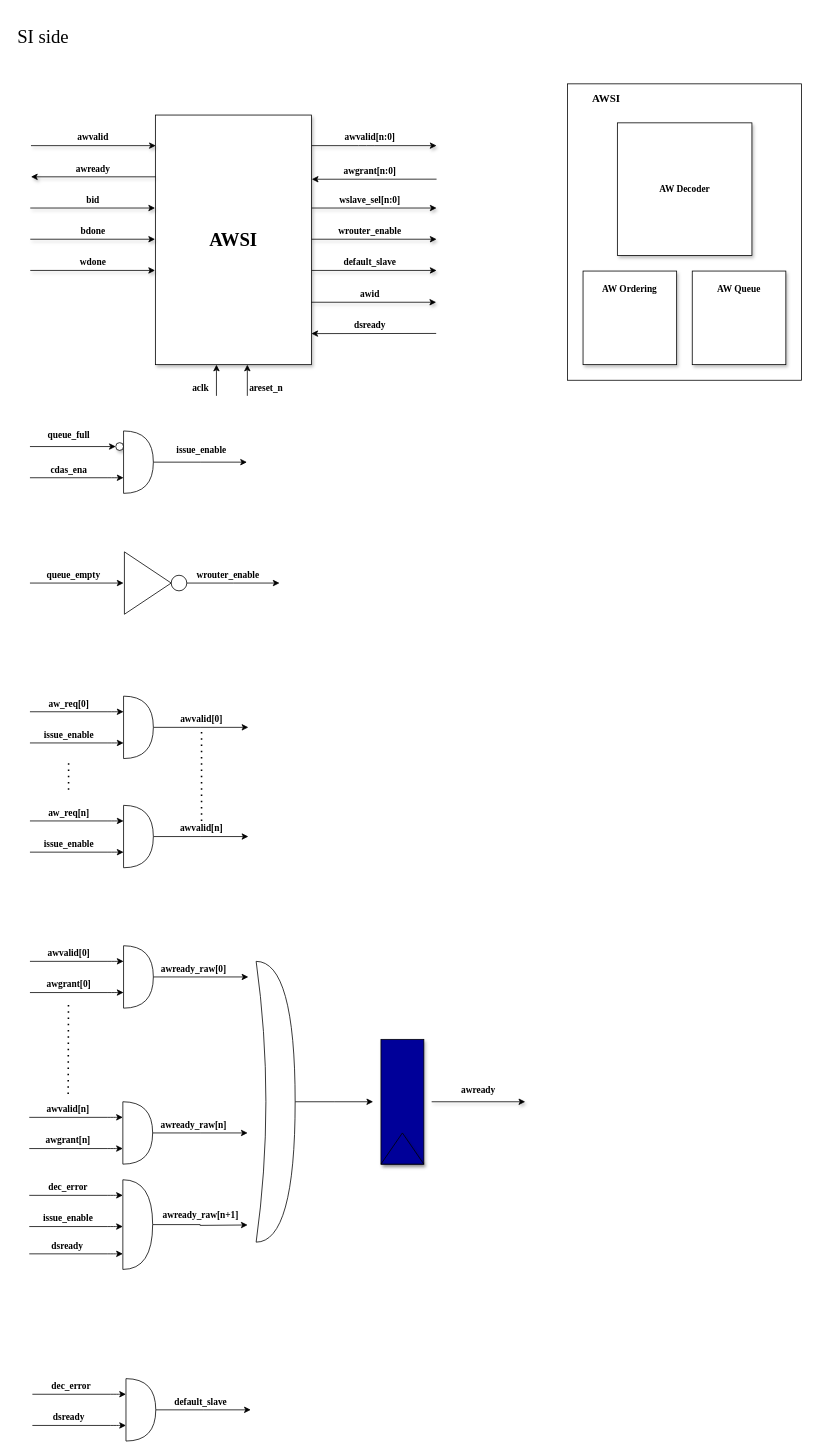
Above: page "AWSI" (4 of 16) of VG_AxiBus/Doc/axi4_ver0.2.drawio in nguyenquanicd/VG_RTL (draw.io), before the change. Source tidied: cells renumbered, new cells numbered last; positions are measured from the earlier drawing's top-left corner, leaving out a move shared by most shapes. Both pictures are drawn from the tidied source at 78%, with x=0, y=0 at pixel (13, 21).
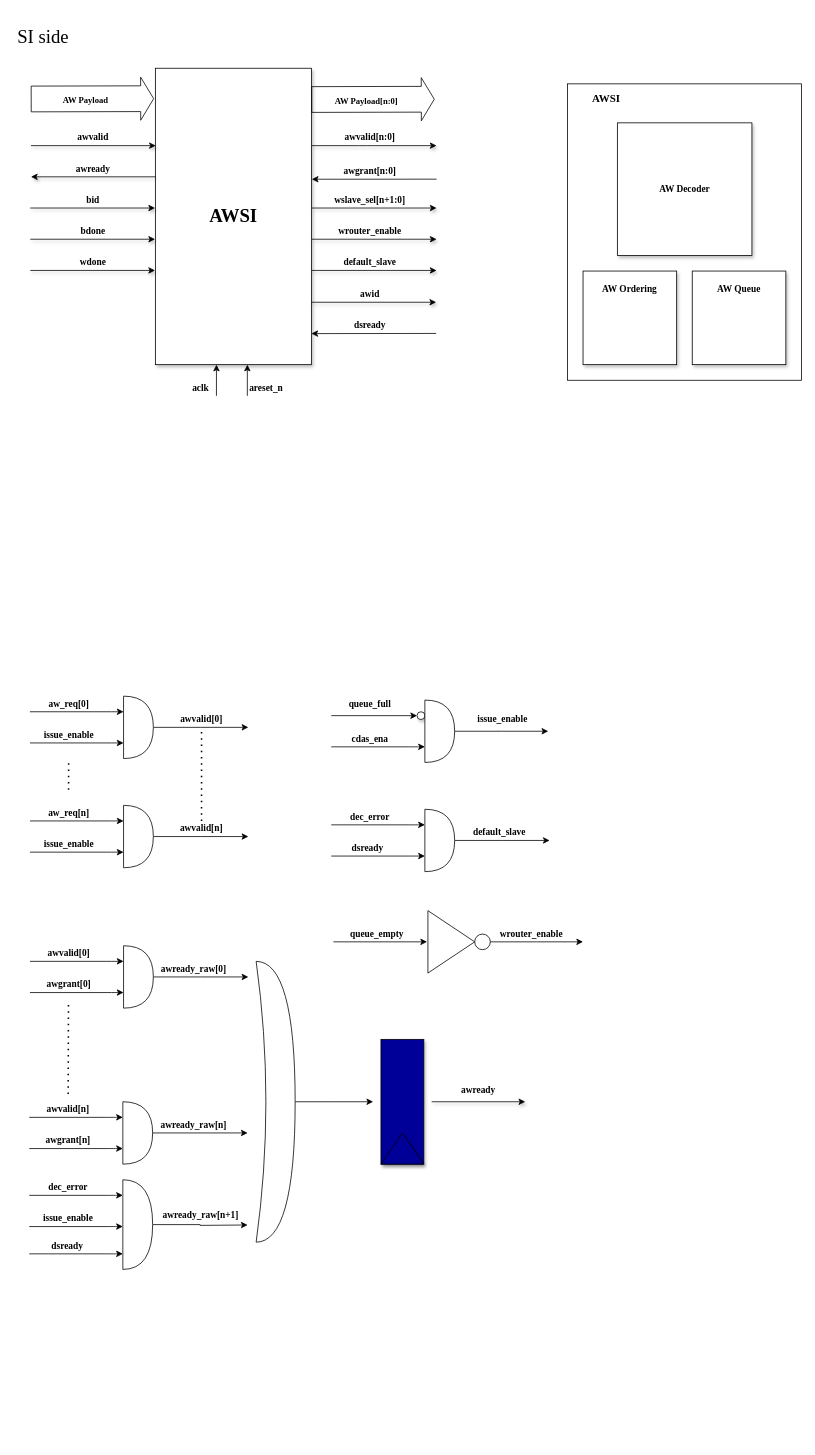
Above is the later version.

Diff of the diagram source:
```diff
@@
     <mxCell id="2" value="&lt;font face=&quot;Times New Roman&quot;&gt;&lt;b&gt;issue_enable&lt;/b&gt;&lt;/font&gt;" style="text;html=1;strokeColor=none;fillColor=none;align=center;verticalAlign=middle;whiteSpace=wrap;rounded=0;shadow=1;" parent="1" vertex="1">
-      <mxGeometry x="220.9" y="540" width="40" height="20" as="geometry" />
+      <mxGeometry x="607.2" y="885" width="40" height="20" as="geometry" />
     </mxCell>
     <mxCell id="3" style="ellipse;whiteSpace=wrap;html=1;shadow=1;" parent="1" vertex="1">
-      <mxGeometry x="130.9" y="540" width="10" height="10" as="geometry" />
+      <mxGeometry x="517.2" y="885" width="10" height="10" as="geometry" />
     </mxCell>
     <mxCell id="4" style="endArrow=classic;html=1;" parent="1" edge="1">
       <mxGeometry relative="1" as="geometry">
-        <mxPoint x="20.9" y="585" as="sourcePoint" />
-        <mxPoint x="140.9" y="585" as="targetPoint" />
+        <mxPoint x="407.2" y="930" as="sourcePoint" />
+        <mxPoint x="527.2" y="930" as="targetPoint" />
         <Array as="points">
-          <mxPoint x="130.9" y="585" />
+          <mxPoint x="517.2" y="930" />
         </Array>
       </mxGeometry>
     </mxCell>
     <mxCell id="5" value="&lt;font face=&quot;Times New Roman&quot;&gt;&lt;b&gt;queue_full&lt;/b&gt;&lt;/font&gt;" style="text;html=1;strokeColor=none;fillColor=none;align=center;verticalAlign=middle;whiteSpace=wrap;rounded=0;shadow=1;" parent="1" vertex="1">
-      <mxGeometry x="50.9" y="520" width="40" height="20" as="geometry" />
+      <mxGeometry x="437.2" y="865" width="40" height="20" as="geometry" />
     </mxCell>
     <mxCell id="6" style="edgeStyle=orthogonalEdgeStyle;rounded=0;jettySize=auto;html=1;strokeColor=#000000;" parent="1" edge="1" source="7">
       <mxGeometry relative="1" as="geometry">
-        <mxPoint x="299.1" y="565" as="targetPoint" />
+        <mxPoint x="685.4" y="910" as="targetPoint" />
       </mxGeometry>
     </mxCell>
     <mxCell id="7" style="shape=or;whiteSpace=wrap;html=1;" parent="1" vertex="1">
-      <mxGeometry x="140.9" y="525" width="38.2" height="80" as="geometry" />
+      <mxGeometry x="527.2" y="870" width="38.2" height="80" as="geometry" />
     </mxCell>
@@
     <mxCell id="12" value="&lt;font face=&quot;Times New Roman&quot;&gt;&lt;b&gt;cdas_ena&lt;/b&gt;&lt;/font&gt;" style="text;html=1;strokeColor=none;fillColor=none;align=center;verticalAlign=middle;whiteSpace=wrap;rounded=0;shadow=1;" parent="1" vertex="1">
-      <mxGeometry x="50.9" y="565" width="40" height="20" as="geometry" />
+      <mxGeometry x="437.2" y="910" width="40" height="20" as="geometry" />
     </mxCell>
     <mxCell id="13" style="endArrow=classic;html=1;" parent="1" edge="1">
       <mxGeometry relative="1" as="geometry">
-        <mxPoint x="20.9" y="545" as="sourcePoint" />
-        <mxPoint x="130.9" y="545" as="targetPoint" />
+        <mxPoint x="407.2" y="890" as="sourcePoint" />
+        <mxPoint x="517.2" y="890" as="targetPoint" />
       </mxGeometry>
     </mxCell>
@@
     <mxCell id="49" value="&lt;font face=&quot;Times New Roman&quot; style=&quot;font-size: 24px&quot;&gt;&lt;b&gt;AWSI&lt;/b&gt;&lt;/font&gt;" style="rounded=0;whiteSpace=wrap;html=1;shadow=1;" parent="1" vertex="1">
-      <mxGeometry x="181.7" y="120" width="200" height="320" as="geometry" />
+      <mxGeometry x="181.7" y="60" width="200" height="380" as="geometry" />
     </mxCell>
@@
-    <mxCell id="51" value="&lt;font face=&quot;Times New Roman&quot;&gt;&lt;b&gt;wslave_sel[n:0]&lt;/b&gt;&lt;/font&gt;" style="text;html=1;strokeColor=none;fillColor=none;align=center;verticalAlign=middle;whiteSpace=wrap;rounded=0;" parent="1" vertex="1">
+    <mxCell id="51" value="&lt;font face=&quot;Times New Roman&quot;&gt;&lt;b&gt;wslave_sel[n+1:0]&lt;/b&gt;&lt;/font&gt;" style="text;html=1;strokeColor=none;fillColor=none;align=center;verticalAlign=middle;whiteSpace=wrap;rounded=0;" parent="1" vertex="1">
       <mxGeometry x="437.2" y="219.2" width="40" height="20" as="geometry" />
     </mxCell>
@@
     <mxCell id="77" style="endArrow=classic;html=1;" parent="1" edge="1">
       <mxGeometry relative="1" as="geometry">
-        <mxPoint x="20.9" y="720" as="sourcePoint" />
-        <mxPoint x="140.9" y="720" as="targetPoint" />
+        <mxPoint x="410" y="1180" as="sourcePoint" />
+        <mxPoint x="530" y="1180" as="targetPoint" />
       </mxGeometry>
     </mxCell>
     <mxCell id="78" style="triangle;whiteSpace=wrap;html=1;" parent="1" vertex="1">
-      <mxGeometry x="142" y="680" width="60" height="80" as="geometry" />
+      <mxGeometry x="531.1" y="1140" width="60" height="80" as="geometry" />
     </mxCell>
     <mxCell id="79" style="edgeStyle=orthogonalEdgeStyle;rounded=0;jettySize=auto;html=1;" parent="1" edge="1" source="80">
       <mxGeometry relative="1" as="geometry">
-        <mxPoint x="340.9" y="720" as="targetPoint" />
+        <mxPoint x="730" y="1180" as="targetPoint" />
       </mxGeometry>
     </mxCell>
     <mxCell id="80" style="ellipse;whiteSpace=wrap;html=1;" parent="1" vertex="1">
-      <mxGeometry x="202" y="710" width="20" height="20" as="geometry" />
+      <mxGeometry x="591.1" y="1170" width="20" height="20" as="geometry" />
     </mxCell>
     <mxCell id="81" value="&lt;b&gt;&lt;font face=&quot;Times New Roman&quot;&gt;wrouter_enable&lt;/font&gt;&lt;/b&gt;" style="text;html=1;strokeColor=none;fillColor=none;align=center;verticalAlign=middle;whiteSpace=wrap;rounded=0;" parent="1" vertex="1">
-      <mxGeometry x="255.2" y="700" width="40" height="20" as="geometry" />
+      <mxGeometry x="644.4" y="1160" width="40" height="20" as="geometry" />
     </mxCell>
     <mxCell id="82" value="&lt;font face=&quot;Times New Roman&quot;&gt;&lt;b&gt;queue_empty&lt;/b&gt;&lt;/font&gt;" style="text;html=1;strokeColor=none;fillColor=none;align=center;verticalAlign=middle;whiteSpace=wrap;rounded=0;shadow=1;" parent="1" vertex="1">
-      <mxGeometry x="57" y="700" width="40" height="20" as="geometry" />
+      <mxGeometry x="446.1" y="1160" width="40" height="20" as="geometry" />
     </mxCell>
@@
     <mxCell id="89" value="&lt;font face=&quot;Times New Roman&quot;&gt;&lt;b&gt;default_slave&lt;/b&gt;&lt;/font&gt;" style="text;html=1;strokeColor=none;fillColor=none;align=center;verticalAlign=middle;whiteSpace=wrap;rounded=0;shadow=1;" parent="1" vertex="1">
-      <mxGeometry x="220" y="1760" width="40" height="20" as="geometry" />
+      <mxGeometry x="603.2" y="1030" width="40" height="20" as="geometry" />
     </mxCell>
     <mxCell id="90" value="&lt;font face=&quot;Times New Roman&quot;&gt;&lt;b&gt;dec_error&lt;/b&gt;&lt;/font&gt;" style="text;html=1;strokeColor=none;fillColor=none;align=center;verticalAlign=middle;whiteSpace=wrap;rounded=0;shadow=1;" parent="1" vertex="1">
-      <mxGeometry x="54" y="1740" width="40" height="20" as="geometry" />
+      <mxGeometry x="437.2" y="1010" width="40" height="20" as="geometry" />
     </mxCell>
@@
     <mxCell id="99" style="endArrow=classic;html=1;" parent="1" edge="1">
       <mxGeometry relative="1" as="geometry">
-        <mxPoint x="24" y="1760" as="sourcePoint" />
-        <mxPoint x="144" y="1760" as="targetPoint" />
+        <mxPoint x="407.2" y="1030" as="sourcePoint" />
+        <mxPoint x="527.2" y="1030" as="targetPoint" />
         <Array as="points">
-          <mxPoint x="134" y="1760" />
+          <mxPoint x="517.2" y="1030" />
         </Array>
       </mxGeometry>
     </mxCell>
     <mxCell id="100" style="endArrow=classic;html=1;" parent="1" edge="1">
       <mxGeometry relative="1" as="geometry">
-        <mxPoint x="24" y="1800" as="sourcePoint" />
-        <mxPoint x="144" y="1800" as="targetPoint" />
+        <mxPoint x="407.2" y="1070" as="sourcePoint" />
+        <mxPoint x="527.2" y="1070" as="targetPoint" />
         <Array as="points">
-          <mxPoint x="134" y="1800" />
+          <mxPoint x="517.2" y="1070" />
         </Array>
       </mxGeometry>
     </mxCell>
     <mxCell id="101" style="edgeStyle=orthogonalEdgeStyle;rounded=0;jettySize=auto;html=1;" parent="1" edge="1" source="102">
       <mxGeometry relative="1" as="geometry">
-        <mxPoint x="304" y="1780" as="targetPoint" />
+        <mxPoint x="687.2" y="1050" as="targetPoint" />
       </mxGeometry>
     </mxCell>
     <mxCell id="102" style="shape=or;whiteSpace=wrap;html=1;" parent="1" vertex="1">
-      <mxGeometry x="144" y="1740" width="38.2" height="80" as="geometry" />
+      <mxGeometry x="527.2" y="1010" width="38.2" height="80" as="geometry" />
     </mxCell>
     <mxCell id="103" value="&lt;b&gt;&lt;font face=&quot;Times New Roman&quot;&gt;dsready&lt;/font&gt;&lt;/b&gt;" style="text;html=1;strokeColor=none;fillColor=none;align=center;verticalAlign=middle;whiteSpace=wrap;rounded=0;shadow=1;" parent="1" vertex="1">
-      <mxGeometry x="50.9" y="1780" width="40" height="20" as="geometry" />
+      <mxGeometry x="434" y="1050" width="40" height="20" as="geometry" />
     </mxCell>
+    <mxCell id="104" style="shape=flexArrow;endArrow=classic;html=1;width=33.009708737864074;endSize=5.223300970873786;endWidth=21.29032258064516;" parent="1" edge="1">
+      <mxGeometry relative="1" as="geometry">
+        <mxPoint x="22" y="99.4" as="sourcePoint" />
+        <mxPoint x="180" y="99" as="targetPoint" />
+      </mxGeometry>
+    </mxCell>
+    <mxCell id="105" value="&lt;font face=&quot;Times New Roman&quot;&gt;&lt;b&gt;AW Payload&lt;/b&gt;&lt;/font&gt;" style="edgeLabel;html=1;align=center;verticalAlign=middle;" parent="104" vertex="1">
+      <mxGeometry x="-0.19" y="-1" relative="1" as="geometry">
+        <mxPoint x="5.7" y="0.3" as="offset" />
+      </mxGeometry>
+    </mxCell>
+    <mxCell id="106" style="shape=flexArrow;endArrow=classic;html=1;width=33.009708737864074;endSize=5.223300970873786;endWidth=21.29032258064516;" parent="1" edge="1">
+      <mxGeometry relative="1" as="geometry">
+        <mxPoint x="381.7" y="100.1" as="sourcePoint" />
+        <mxPoint x="539.8" y="99.7" as="targetPoint" />
+      </mxGeometry>
+    </mxCell>
+    <mxCell id="107" value="&lt;font face=&quot;Times New Roman&quot;&gt;&lt;b&gt;AW Payload[n:0]&lt;/b&gt;&lt;/font&gt;" style="edgeLabel;html=1;align=center;verticalAlign=middle;" parent="106" vertex="1">
+      <mxGeometry x="-0.19" y="-1" relative="1" as="geometry">
+        <mxPoint x="5.7" y="0.3" as="offset" />
+      </mxGeometry>
+    </mxCell>
```
